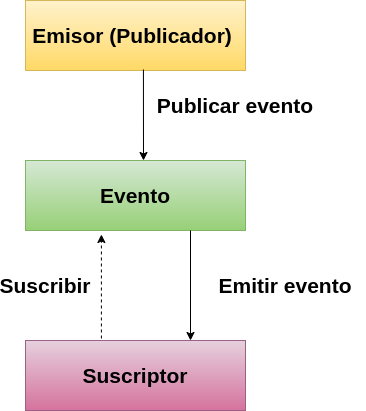
Earlier version of the draw.io export Figures/PublicarSuscribir.png (jennifferch/Memoria-MSE). Source tidied: cells renumbered, new cells last; positions are measured from the earlier drawing's top-left corner, leaving out a move shared by most shapes. Its diagram source:
```xml
<mxGraphModel>
  <root>
    <mxCell id="0" />
    <mxCell id="1" parent="0" />
    <mxCell id="2" value="&lt;font style=&quot;font-size: 21px&quot;&gt;&lt;b&gt;Emisor (Publicador)&amp;nbsp;&lt;/b&gt;&lt;/font&gt;" style="rounded=0;whiteSpace=wrap;html=1;fillColor=#fff2cc;strokeColor=#d6b656;gradientColor=#ffd966;" parent="1" vertex="1">
      <mxGeometry x="10" width="220" height="70" as="geometry" />
    </mxCell>
    <mxCell id="3" value="&lt;font style=&quot;font-size: 21px&quot;&gt;&lt;b&gt;Evento&lt;/b&gt;&lt;/font&gt;" style="rounded=0;whiteSpace=wrap;html=1;fillColor=#d5e8d4;strokeColor=#82b366;gradientColor=#97d077;" parent="1" vertex="1">
      <mxGeometry x="10" y="160" width="220" height="70" as="geometry" />
    </mxCell>
    <mxCell id="4" value="&lt;font style=&quot;font-size: 21px&quot;&gt;&lt;b&gt;Suscriptor&lt;/b&gt;&lt;/font&gt;" style="rounded=0;whiteSpace=wrap;html=1;fillColor=#e6d0de;strokeColor=#996185;gradientColor=#d5739d;" parent="1" vertex="1">
      <mxGeometry x="10" y="340" width="220" height="70" as="geometry" />
    </mxCell>
    <mxCell id="5" style="endArrow=classic;html=1;rounded=0;fontSize=21;exitX=0.536;exitY=0.986;exitDx=0;exitDy=0;exitPerimeter=0;" parent="1" edge="1" source="2">
      <mxGeometry relative="1" as="geometry">
        <mxPoint x="128" y="160" as="targetPoint" />
      </mxGeometry>
    </mxCell>
    <mxCell id="6" style="endArrow=classic;html=1;rounded=0;fontSize=21;exitX=0.75;exitY=1;exitDx=0;exitDy=0;entryX=0.75;entryY=0;entryDx=0;entryDy=0;" parent="1" edge="1" source="3" target="4">
      <mxGeometry relative="1" as="geometry" />
    </mxCell>
    <mxCell id="7" style="endArrow=classic;html=1;rounded=0;fontSize=21;exitX=0.345;exitY=-0.029;exitDx=0;exitDy=0;exitPerimeter=0;entryX=0.345;entryY=1.057;entryDx=0;entryDy=0;entryPerimeter=0;dashed=1;" parent="1" edge="1" source="4" target="3">
      <mxGeometry relative="1" as="geometry" />
    </mxCell>
    <mxCell id="8" value="&lt;b&gt;Publicar evento&lt;/b&gt;" style="text;html=1;strokeColor=none;fillColor=none;align=center;verticalAlign=middle;whiteSpace=wrap;rounded=0;fontSize=21;" parent="1" vertex="1">
      <mxGeometry x="130" y="90" width="180" height="30" as="geometry" />
    </mxCell>
    <mxCell id="9" value="&lt;b&gt;Emitir evento&lt;/b&gt;" style="text;html=1;strokeColor=none;fillColor=none;align=center;verticalAlign=middle;whiteSpace=wrap;rounded=0;fontSize=21;" parent="1" vertex="1">
      <mxGeometry x="190" y="270" width="160" height="30" as="geometry" />
    </mxCell>
    <mxCell id="10" value="&lt;b&gt;Suscribir&lt;/b&gt;" style="text;html=1;strokeColor=none;fillColor=none;align=center;verticalAlign=middle;whiteSpace=wrap;rounded=0;fontSize=21;" parent="1" vertex="1">
      <mxGeometry y="270" width="60" height="30" as="geometry" />
    </mxCell>
  </root>
</mxGraphModel>
```
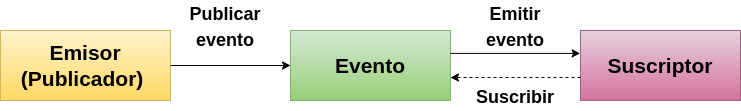
After the commit.

Diff of the diagram source:
```diff
@@ -3,33 +3,33 @@
     <mxCell id="0" />
     <mxCell id="1" parent="0" />
     <mxCell id="2" value="&lt;font style=&quot;font-size: 21px&quot;&gt;&lt;b&gt;Emisor (Publicador)&amp;nbsp;&lt;/b&gt;&lt;/font&gt;" style="rounded=0;whiteSpace=wrap;html=1;fillColor=#fff2cc;strokeColor=#d6b656;gradientColor=#ffd966;" parent="1" vertex="1">
-      <mxGeometry x="10" width="220" height="70" as="geometry" />
+      <mxGeometry x="-260" y="-70" width="170" height="70" as="geometry" />
     </mxCell>
     <mxCell id="3" value="&lt;font style=&quot;font-size: 21px&quot;&gt;&lt;b&gt;Evento&lt;/b&gt;&lt;/font&gt;" style="rounded=0;whiteSpace=wrap;html=1;fillColor=#d5e8d4;strokeColor=#82b366;gradientColor=#97d077;" parent="1" vertex="1">
-      <mxGeometry x="10" y="160" width="220" height="70" as="geometry" />
+      <mxGeometry x="30" y="-70" width="160" height="70" as="geometry" />
     </mxCell>
     <mxCell id="4" value="&lt;font style=&quot;font-size: 21px&quot;&gt;&lt;b&gt;Suscriptor&lt;/b&gt;&lt;/font&gt;" style="rounded=0;whiteSpace=wrap;html=1;fillColor=#e6d0de;strokeColor=#996185;gradientColor=#d5739d;" parent="1" vertex="1">
-      <mxGeometry x="10" y="340" width="220" height="70" as="geometry" />
+      <mxGeometry x="320" y="-70" width="160" height="70" as="geometry" />
     </mxCell>
-    <mxCell id="5" style="endArrow=classic;html=1;rounded=0;fontSize=21;exitX=0.536;exitY=0.986;exitDx=0;exitDy=0;exitPerimeter=0;" parent="1" edge="1" source="2">
-      <mxGeometry relative="1" as="geometry">
-        <mxPoint x="128" y="160" as="targetPoint" />
-      </mxGeometry>
-    </mxCell>
+    <mxCell id="11" style="endArrow=classic;html=1;rounded=0;fontSize=21;exitX=1;exitY=0.5;exitDx=0;exitDy=0;entryX=0;entryY=0.5;entryDx=0;entryDy=0;" parent="1" edge="1" source="2" target="3">
+      <mxGeometry relative="1" as="geometry" />
+    </mxCell>
-    <mxCell id="6" style="endArrow=classic;html=1;rounded=0;fontSize=21;exitX=0.75;exitY=1;exitDx=0;exitDy=0;entryX=0.75;entryY=0;entryDx=0;entryDy=0;" parent="1" edge="1" source="3" target="4">
+    <mxCell id="6" style="endArrow=classic;html=1;rounded=0;fontSize=21;exitX=1;exitY=0.327;exitDx=0;exitDy=0;entryX=-0.002;entryY=0.327;entryDx=0;entryDy=0;exitPerimeter=0;entryPerimeter=0;" parent="1" edge="1" source="3" target="4">
       <mxGeometry relative="1" as="geometry" />
     </mxCell>
-    <mxCell id="7" style="endArrow=classic;html=1;rounded=0;fontSize=21;exitX=0.345;exitY=-0.029;exitDx=0;exitDy=0;exitPerimeter=0;entryX=0.345;entryY=1.057;entryDx=0;entryDy=0;entryPerimeter=0;dashed=1;" parent="1" edge="1" source="4" target="3">
-      <mxGeometry relative="1" as="geometry" />
-    </mxCell>
+    <mxCell id="12" style="endArrow=classic;html=1;rounded=0;fontSize=21;exitX=0;exitY=0.671;exitDx=0;exitDy=0;exitPerimeter=0;dashed=1;" parent="1" edge="1" source="4">
+      <mxGeometry relative="1" as="geometry">
+        <mxPoint x="190" y="-23" as="targetPoint" />
+      </mxGeometry>
+    </mxCell>
-    <mxCell id="8" value="&lt;b&gt;Publicar evento&lt;/b&gt;" style="text;html=1;strokeColor=none;fillColor=none;align=center;verticalAlign=middle;whiteSpace=wrap;rounded=0;fontSize=21;" parent="1" vertex="1">
-      <mxGeometry x="130" y="90" width="180" height="30" as="geometry" />
+    <mxCell id="8" value="&lt;b&gt;&lt;font style=&quot;font-size: 18px;&quot;&gt;Publicar evento&lt;/font&gt;&lt;/b&gt;" style="text;html=1;strokeColor=none;fillColor=none;align=center;verticalAlign=middle;whiteSpace=wrap;rounded=0;fontSize=21;" parent="1" vertex="1">
+      <mxGeometry x="-100" y="-90" width="130" height="30" as="geometry" />
     </mxCell>
-    <mxCell id="9" value="&lt;b&gt;Emitir evento&lt;/b&gt;" style="text;html=1;strokeColor=none;fillColor=none;align=center;verticalAlign=middle;whiteSpace=wrap;rounded=0;fontSize=21;" parent="1" vertex="1">
-      <mxGeometry x="190" y="270" width="160" height="30" as="geometry" />
+    <mxCell id="9" value="&lt;b&gt;&lt;font style=&quot;font-size: 18px;&quot;&gt;Emitir evento&lt;/font&gt;&lt;/b&gt;" style="text;html=1;strokeColor=none;fillColor=none;align=center;verticalAlign=middle;whiteSpace=wrap;rounded=0;fontSize=21;" parent="1" vertex="1">
+      <mxGeometry x="200" y="-90" width="110" height="30" as="geometry" />
     </mxCell>
-    <mxCell id="10" value="&lt;b&gt;Suscribir&lt;/b&gt;" style="text;html=1;strokeColor=none;fillColor=none;align=center;verticalAlign=middle;whiteSpace=wrap;rounded=0;fontSize=21;" parent="1" vertex="1">
-      <mxGeometry y="270" width="60" height="30" as="geometry" />
+    <mxCell id="10" value="&lt;b&gt;&lt;font style=&quot;font-size: 18px;&quot;&gt;Suscribir&lt;/font&gt;&lt;/b&gt;" style="text;html=1;strokeColor=none;fillColor=none;align=center;verticalAlign=middle;whiteSpace=wrap;rounded=0;fontSize=21;" parent="1" vertex="1">
+      <mxGeometry x="225" y="-20" width="60" height="30" as="geometry" />
     </mxCell>
   </root>
 </mxGraphModel>
```
